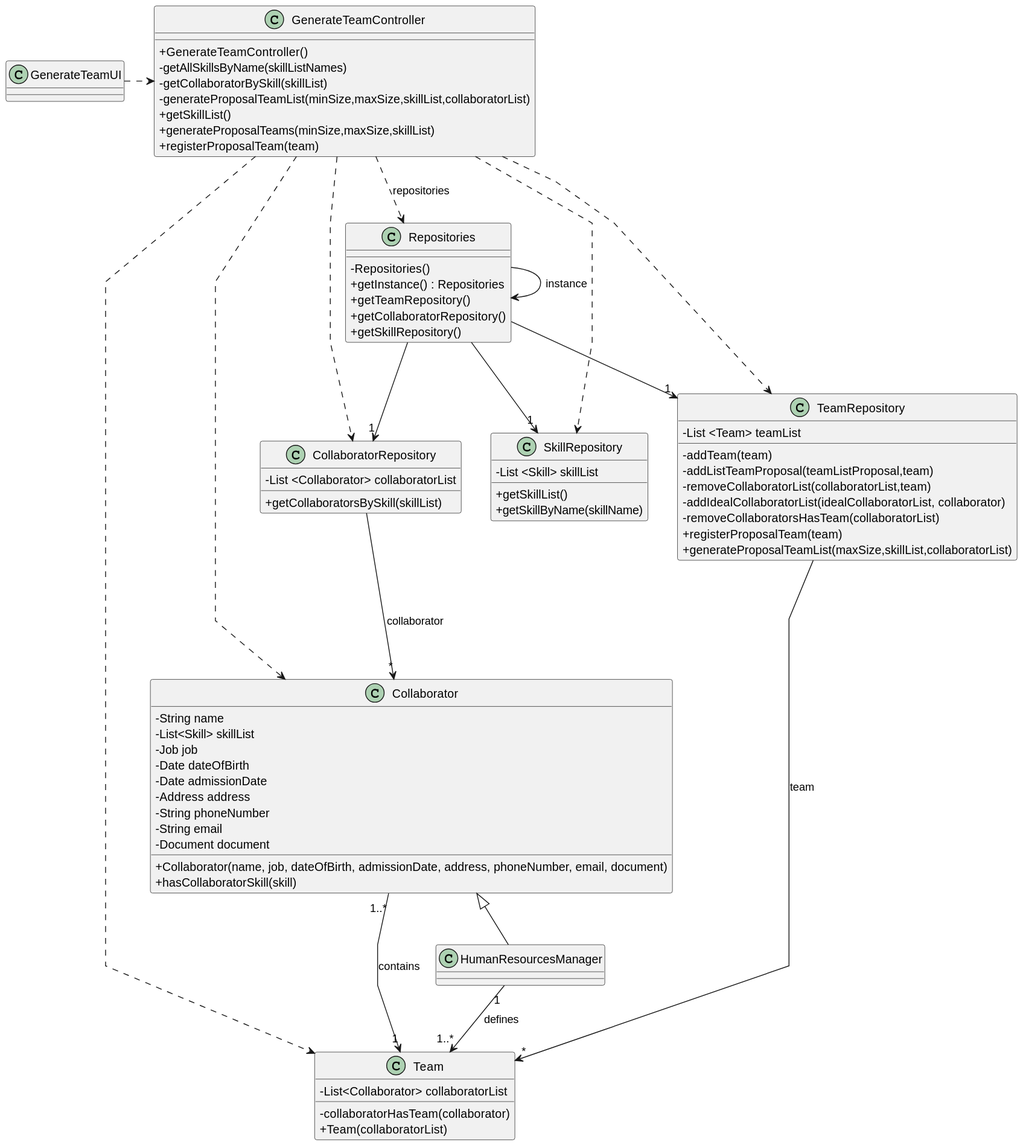
This is docs/sprint2/us05/03.design/svg/us05-class-diagram.svg from Departamento-de-Engenharia-Informatica/lei-24-s2-1db-g022, a PlantUML export, as it was before one commit.
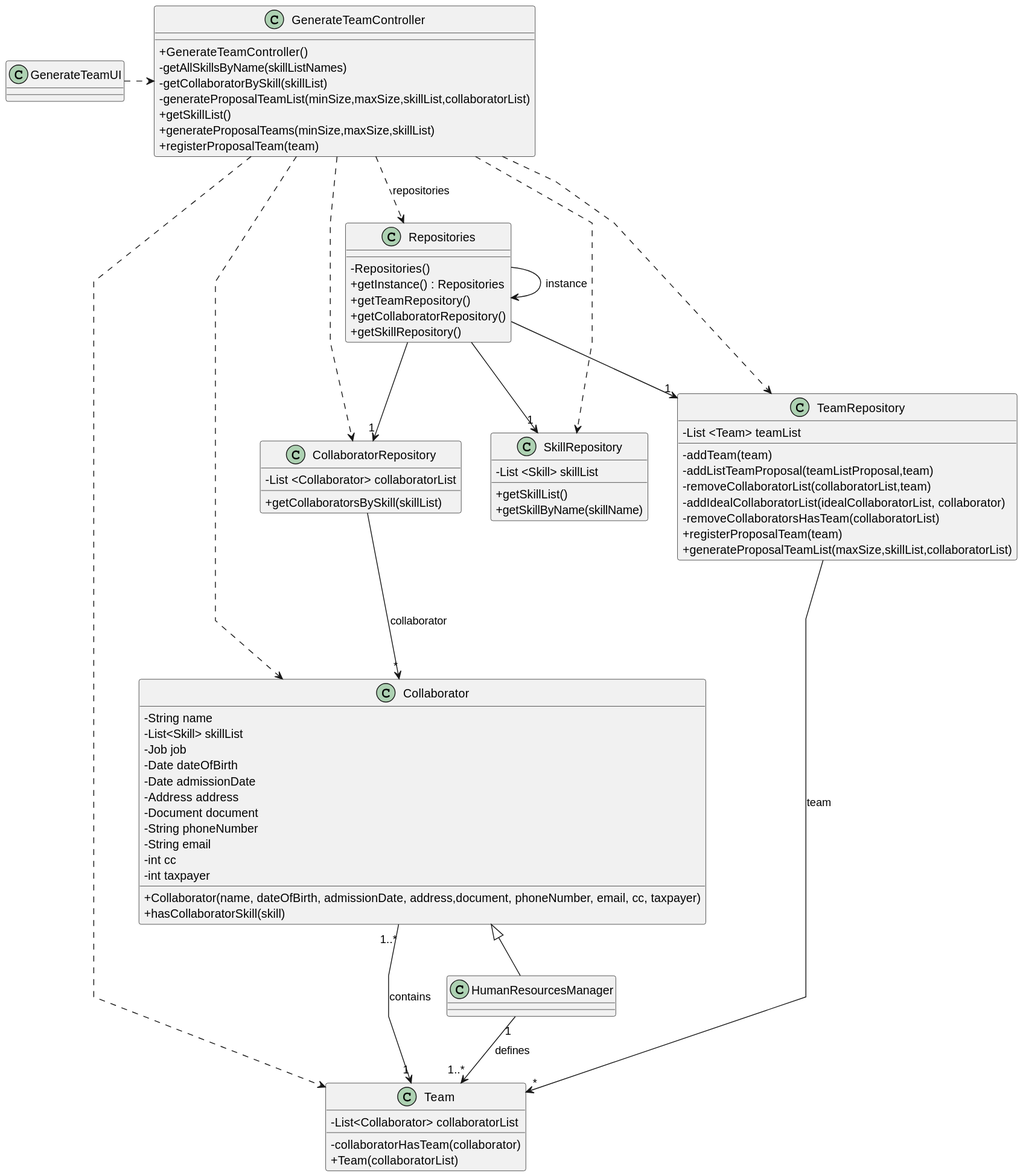
Later version of the same file.

Commit message:
correction class diagram of US01, US02 ,US05 and US06 svg image creation for the same US's

Diff of the diagram source:
```diff
@@ -33,11 +33,13 @@
     -Date dateOfBirth
     -Date admissionDate
     -Address address
+    -Document document
     -String phoneNumber
     -String email
-    -Document document
+    -int cc
+    -int taxpayer
 
-    + Collaborator(name, job, dateOfBirth, admissionDate, address, phoneNumber, email, document)
+    + Collaborator(name, dateOfBirth, admissionDate, address,document, phoneNumber, email, cc, taxpayer)
     + hasCollaboratorSkill(skill)
 }
 
```
